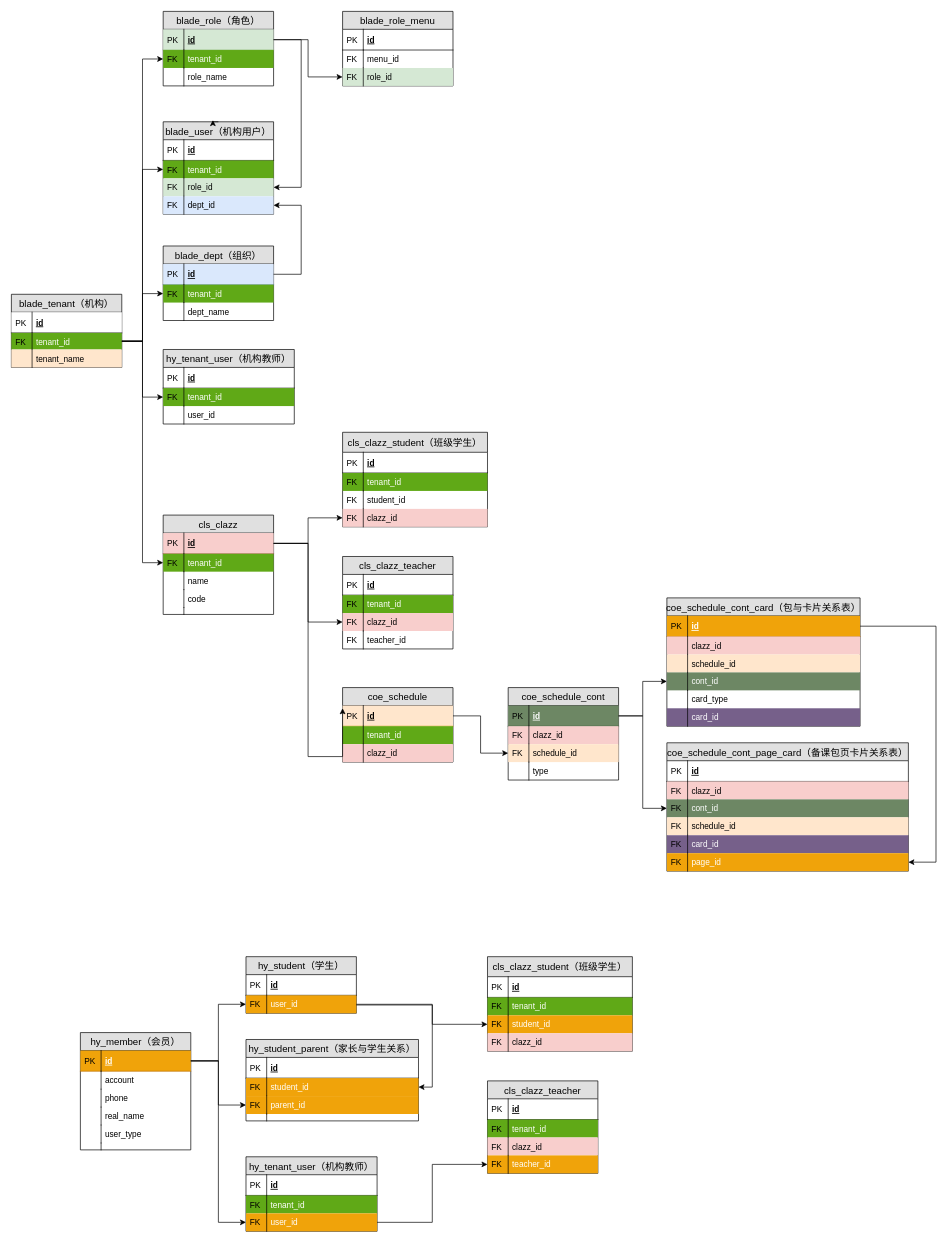
The draw.io diagram 机构实体关系.drawio in bzl132/work-book, before the edit. Source tidied: cells renumbered, new cells numbered last; positions are measured from the earlier drawing's top-left corner, leaving out a move shared by most shapes. Both pictures are drawn from the tidied source at 69%, with x=0, y=0 at pixel (11, 11).
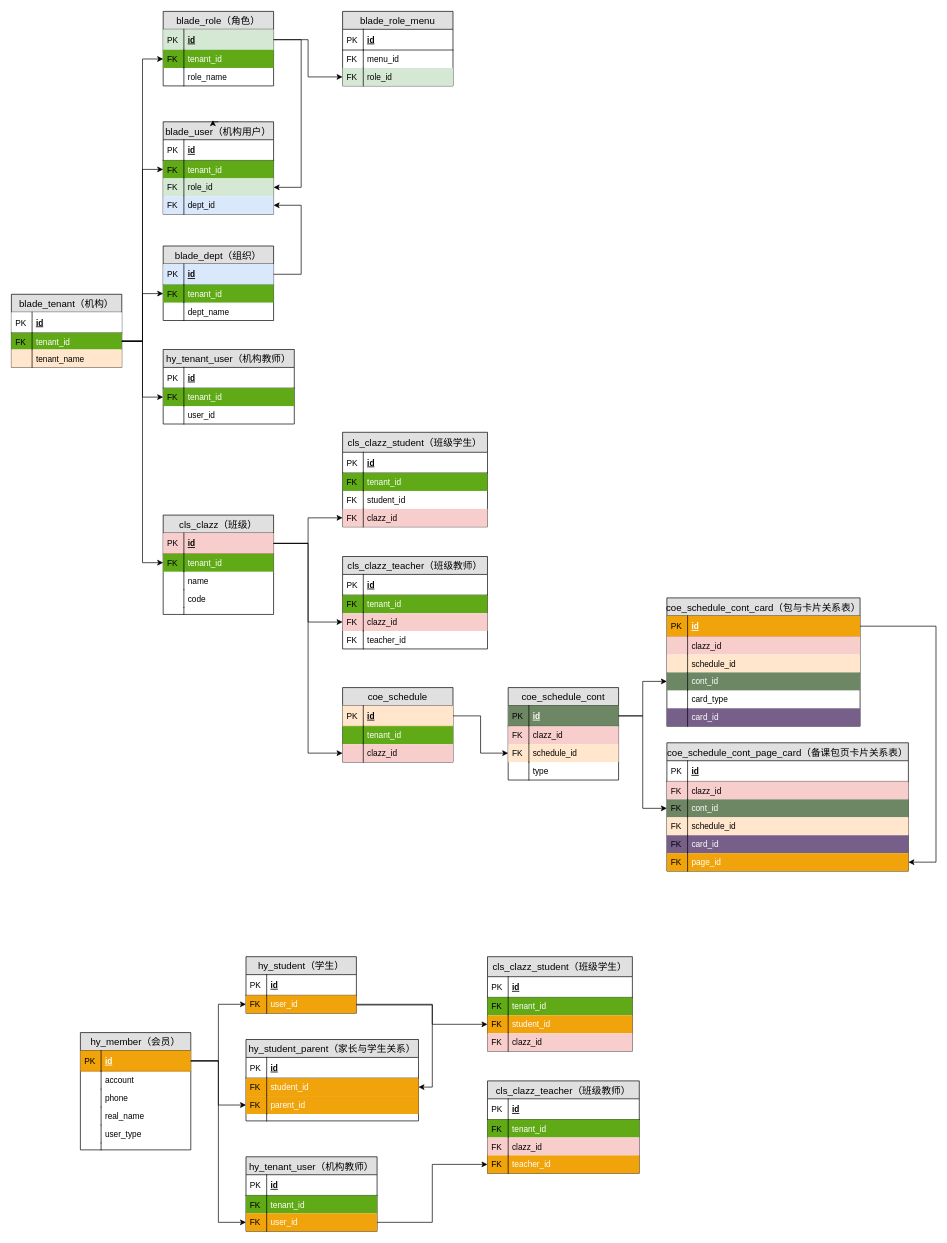
Above is the later version.

Commit message (it also covers changes not shown here):
更新机构实体关系.drawio

Unchanged cells that the change refers to:
```xml
<mxCell id="51" value="id" style="shape=partialRectangle;top=0;left=0;right=0;bottom=1;align=left;verticalAlign=middle;fillColor=#f8cecc;spacingLeft=34;spacingRight=4;overflow=hidden;points=[[0,0.5],[1,0.5]];portConstraint=eastwest;fontStyle=5;fontSize=12;strokeColor=#b85450;" parent="50" vertex="1">
  <mxGeometry y="26" width="160" height="30" as="geometry" />
</mxCell>
<mxCell id="91" value="clazz_id" style="shape=partialRectangle;top=0;left=0;right=0;bottom=0;align=left;verticalAlign=top;fillColor=#f8cecc;spacingLeft=34;spacingRight=4;overflow=hidden;points=[[0,0.5],[1,0.5]];portConstraint=eastwest;fontSize=12;strokeColor=#b85450;" parent="86" vertex="1">
  <mxGeometry y="82" width="160" height="26" as="geometry" />
</mxCell>
```

The edit, as a diff of the source:
```diff
@@
-    <mxCell id="50" value="cls_clazz" style="swimlane;fontStyle=0;horizontal=1;startSize=26;fillColor=#e0e0e0;swimlaneFillColor=#ffffff;align=center;fontSize=14;" parent="1" vertex="1">
+    <mxCell id="50" value="cls_clazz（班级）" style="swimlane;fontStyle=0;horizontal=1;startSize=26;fillColor=#e0e0e0;swimlaneFillColor=#ffffff;align=center;fontSize=14;" parent="1" vertex="1">
       <mxGeometry x="220" y="730" width="160" height="144" as="geometry" />
     </mxCell>
@@
-    <mxCell id="72" value="cls_clazz_teacher" style="swimlane;fontStyle=0;horizontal=1;startSize=26;fillColor=#e0e0e0;swimlaneFillColor=#ffffff;align=center;fontSize=14;" parent="1" vertex="1">
-      <mxGeometry x="480" y="790" width="160" height="134" as="geometry" />
+    <mxCell id="72" value="cls_clazz_teacher（班级教师）" style="swimlane;fontStyle=0;horizontal=1;startSize=26;fillColor=#e0e0e0;swimlaneFillColor=#ffffff;align=center;fontSize=14;" parent="1" vertex="1">
+      <mxGeometry x="480" y="790" width="210" height="134" as="geometry" />
     </mxCell>
     <mxCell id="73" value="id" style="shape=partialRectangle;top=0;left=0;right=0;bottom=1;align=left;verticalAlign=middle;fillColor=none;spacingLeft=34;spacingRight=4;overflow=hidden;fontStyle=5;fontSize=12;" parent="72" vertex="1">
-      <mxGeometry y="26" width="160" height="30" as="geometry" />
+      <mxGeometry y="26" width="210" height="30" as="geometry" />
     </mxCell>
@@
     <mxCell id="75" value="tenant_id" style="shape=partialRectangle;top=0;left=0;right=0;bottom=0;align=left;verticalAlign=top;fillColor=#60a917;spacingLeft=34;spacingRight=4;overflow=hidden;fontSize=12;strokeColor=#2D7600;fontColor=#ffffff;" parent="72" vertex="1">
-      <mxGeometry y="56" width="160" height="26" as="geometry" />
+      <mxGeometry y="56" width="210" height="26" as="geometry" />
     </mxCell>
@@
     <mxCell id="77" value="clazz_id" style="shape=partialRectangle;top=0;left=0;right=0;bottom=0;align=left;verticalAlign=top;fillColor=#f8cecc;spacingLeft=34;spacingRight=4;overflow=hidden;points=[[0,0.5],[1,0.5]];portConstraint=eastwest;fontSize=12;strokeColor=#b85450;" parent="72" vertex="1">
-      <mxGeometry y="82" width="160" height="26" as="geometry" />
+      <mxGeometry y="82" width="210" height="26" as="geometry" />
     </mxCell>
@@
     <mxCell id="79" value="teacher_id" style="shape=partialRectangle;top=0;left=0;right=0;bottom=0;align=left;verticalAlign=top;fillColor=none;spacingLeft=34;spacingRight=4;overflow=hidden;fontSize=12;" parent="72" vertex="1">
-      <mxGeometry y="108" width="160" height="26" as="geometry" />
+      <mxGeometry y="108" width="210" height="26" as="geometry" />
     </mxCell>
@@
-    <mxCell id="93" style="edgeStyle=orthogonalEdgeStyle;rounded=0;jettySize=auto;html=1;" parent="1" edge="1" source="51">
+    <mxCell id="93" style="edgeStyle=orthogonalEdgeStyle;rounded=0;jettySize=auto;html=1;entryX=0;entryY=0.5;entryDx=0;entryDy=0;" parent="1" edge="1" source="51" target="91">
       <mxGeometry relative="1" as="geometry">
-        <mxPoint x="480" y="1010" as="targetPoint" />
         <Array as="points">
           <mxPoint x="430" y="771" />
-          <mxPoint x="430" y="1080" />
-          <mxPoint x="480" y="1080" />
+          <mxPoint x="430" y="1075" />
         </Array>
       </mxGeometry>
     </mxCell>
@@
-    <mxCell id="180" value="cls_clazz_teacher" style="swimlane;fontStyle=0;horizontal=1;startSize=26;fillColor=#e0e0e0;swimlaneFillColor=#ffffff;align=center;fontSize=14;" parent="1" vertex="1">
-      <mxGeometry x="690" y="1550" width="160" height="134" as="geometry" />
+    <mxCell id="180" value="cls_clazz_teacher（班级教师）" style="swimlane;fontStyle=0;horizontal=1;startSize=26;fillColor=#e0e0e0;swimlaneFillColor=#ffffff;align=center;fontSize=14;" parent="1" vertex="1">
+      <mxGeometry x="690" y="1550" width="220" height="134" as="geometry" />
     </mxCell>
     <mxCell id="181" value="id" style="shape=partialRectangle;top=0;left=0;right=0;bottom=1;align=left;verticalAlign=middle;fillColor=none;spacingLeft=34;spacingRight=4;overflow=hidden;fontStyle=5;fontSize=12;" parent="180" vertex="1">
-      <mxGeometry y="26" width="160" height="30" as="geometry" />
+      <mxGeometry y="26" width="220" height="30" as="geometry" />
     </mxCell>
@@
     <mxCell id="183" value="tenant_id" style="shape=partialRectangle;top=0;left=0;right=0;bottom=0;align=left;verticalAlign=top;fillColor=#60a917;spacingLeft=34;spacingRight=4;overflow=hidden;fontSize=12;strokeColor=#2D7600;fontColor=#ffffff;" parent="180" vertex="1">
-      <mxGeometry y="56" width="160" height="26" as="geometry" />
+      <mxGeometry y="56" width="220" height="26" as="geometry" />
     </mxCell>
@@
     <mxCell id="185" value="clazz_id" style="shape=partialRectangle;top=0;left=0;right=0;bottom=0;align=left;verticalAlign=top;fillColor=#f8cecc;spacingLeft=34;spacingRight=4;overflow=hidden;fontSize=12;strokeColor=#b85450;" parent="180" vertex="1">
-      <mxGeometry y="82" width="160" height="26" as="geometry" />
+      <mxGeometry y="82" width="220" height="26" as="geometry" />
     </mxCell>
@@
     <mxCell id="187" value="teacher_id" style="shape=partialRectangle;top=0;left=0;right=0;bottom=0;align=left;verticalAlign=top;fillColor=#f0a30a;spacingLeft=34;spacingRight=4;overflow=hidden;points=[[0,0.5],[1,0.5]];portConstraint=eastwest;fontSize=12;strokeColor=#BD7000;fontColor=#ffffff;" parent="180" vertex="1">
-      <mxGeometry y="108" width="160" height="26" as="geometry" />
+      <mxGeometry y="108" width="220" height="26" as="geometry" />
     </mxCell>
```
